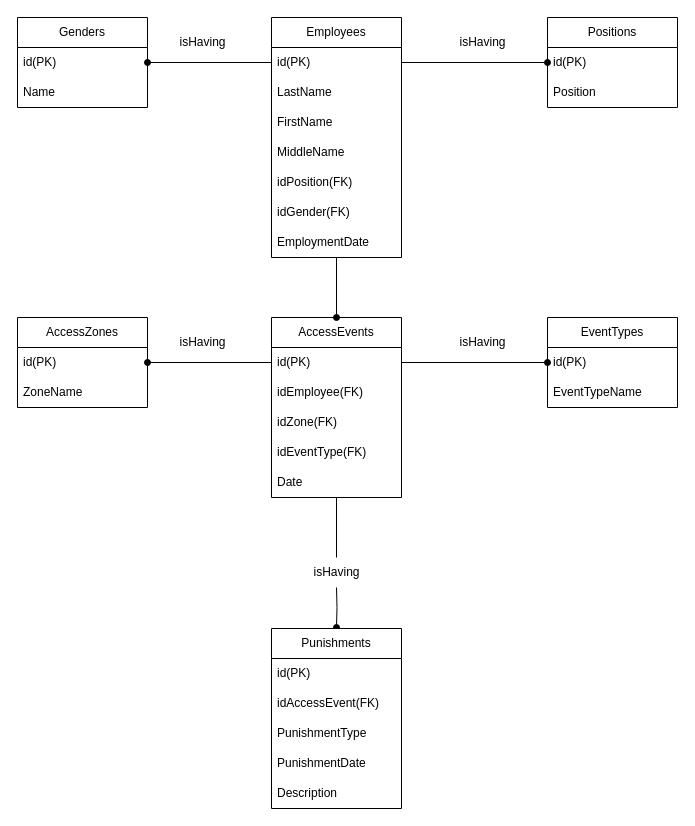
This is SecondDiagram.drawio from Sparrow-Ran/DRAWIO, a draw.io file, before an edit. Source tidied: cells renumbered, new cells numbered last; positions are measured from the earlier drawing's top-left corner, leaving out a move shared by most shapes. Both pictures are drawn from the tidied source at 100%, with x=0, y=0 at pixel (17, 17).
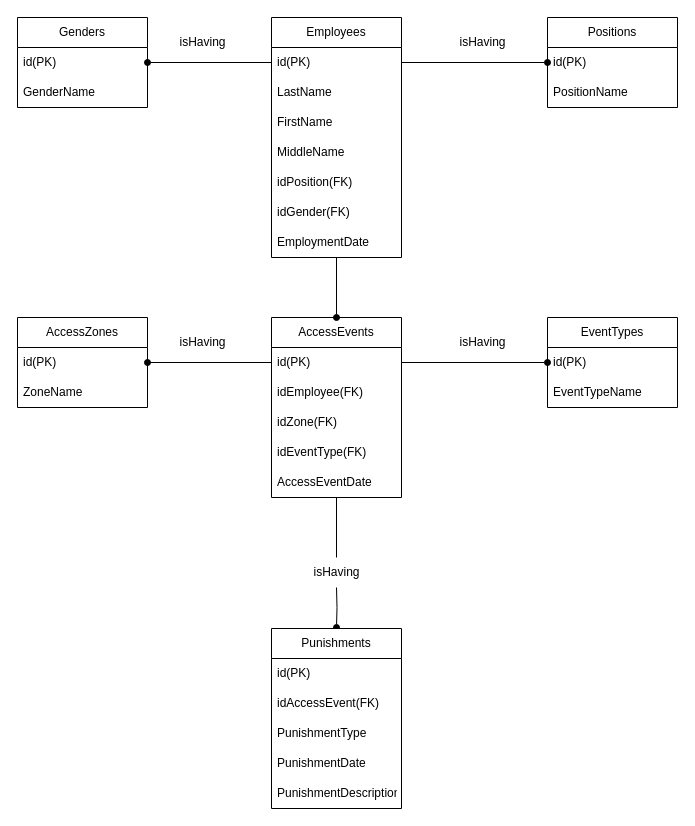
After the change.

The change refers to these unchanged cells:
```xml
<mxCell id="10" value="Genders" style="swimlane;fontStyle=0;horizontal=1;startSize=30;whiteSpace=wrap;html=1;" parent="1" vertex="1">
  <mxGeometry width="130" height="90" as="geometry" />
</mxCell>
<mxCell id="13" value="Positions" style="swimlane;fontStyle=0;horizontal=1;startSize=30;whiteSpace=wrap;html=1;" parent="1" vertex="1">
  <mxGeometry x="530" width="130" height="90" as="geometry" />
</mxCell>
<mxCell id="18" value="AccessEvents" style="swimlane;fontStyle=0;horizontal=1;startSize=30;whiteSpace=wrap;html=1;" parent="1" vertex="1">
  <mxGeometry x="254" y="300" width="130" height="180" as="geometry" />
</mxCell>
<mxCell id="34" value="Punishments" style="swimlane;fontStyle=0;horizontal=1;startSize=30;whiteSpace=wrap;html=1;" parent="1" vertex="1">
  <mxGeometry x="254" y="611" width="130" height="180" as="geometry" />
</mxCell>
```

The edit, as a diff of the source:
```diff
@@
-    <mxCell id="12" value="Name" style="text;strokeColor=none;fillColor=none;align=left;verticalAlign=middle;spacingLeft=4;spacingRight=4;overflow=hidden;whiteSpace=wrap;html=1;" parent="10" vertex="1">
+    <mxCell id="12" value="GenderName" style="text;strokeColor=none;fillColor=none;align=left;verticalAlign=middle;spacingLeft=4;spacingRight=4;overflow=hidden;whiteSpace=wrap;html=1;" parent="10" vertex="1">
       <mxGeometry y="60" width="130" height="30" as="geometry" />
     </mxCell>
@@
-    <mxCell id="15" value="Position" style="text;strokeColor=none;fillColor=none;align=left;verticalAlign=middle;spacingLeft=4;spacingRight=4;overflow=hidden;whiteSpace=wrap;html=1;" parent="13" vertex="1">
+    <mxCell id="15" value="PositionName" style="text;strokeColor=none;fillColor=none;align=left;verticalAlign=middle;spacingLeft=4;spacingRight=4;overflow=hidden;whiteSpace=wrap;html=1;" parent="13" vertex="1">
       <mxGeometry y="60" width="130" height="30" as="geometry" />
     </mxCell>
@@
-    <mxCell id="23" value="Date" style="text;html=1;align=left;verticalAlign=middle;points=[];strokeColor=none;fillColor=none;spacingLeft=4;" parent="18" vertex="1">
+    <mxCell id="23" value="AccessEventDate" style="text;html=1;align=left;verticalAlign=middle;points=[];strokeColor=none;fillColor=none;spacingLeft=4;" parent="18" vertex="1">
       <mxGeometry y="150" width="130" height="30" as="geometry" />
     </mxCell>
@@
-    <mxCell id="39" value="Description" style="text;strokeColor=none;fillColor=none;align=left;verticalAlign=middle;spacingLeft=4;spacingRight=4;overflow=hidden;whiteSpace=wrap;html=1;" parent="34" vertex="1">
+    <mxCell id="39" value="PunishmentDescription" style="text;strokeColor=none;fillColor=none;align=left;verticalAlign=middle;spacingLeft=4;spacingRight=4;overflow=hidden;whiteSpace=wrap;html=1;" parent="34" vertex="1">
       <mxGeometry y="150" width="130" height="30" as="geometry" />
     </mxCell>
```
